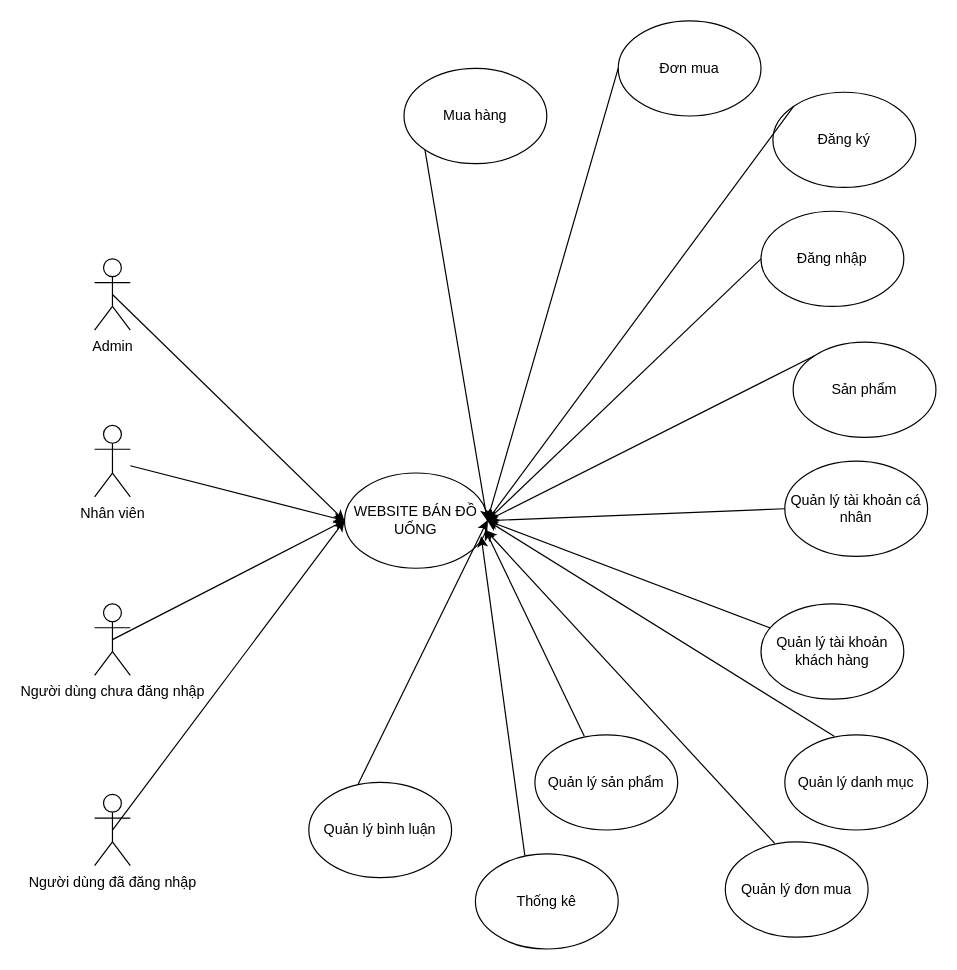
The draw.io diagram page "Trang-1" (1 of 2) of Biểu đồ không có tiêu đề.drawio in minhtthph42743/duan1, before the edit. Source tidied: cells renumbered, new cells numbered last; positions are measured from the earlier drawing's top-left corner, leaving out a move shared by most shapes. Both pictures are drawn from the tidied source at 119%, with x=0, y=0 at pixel (94, 20).
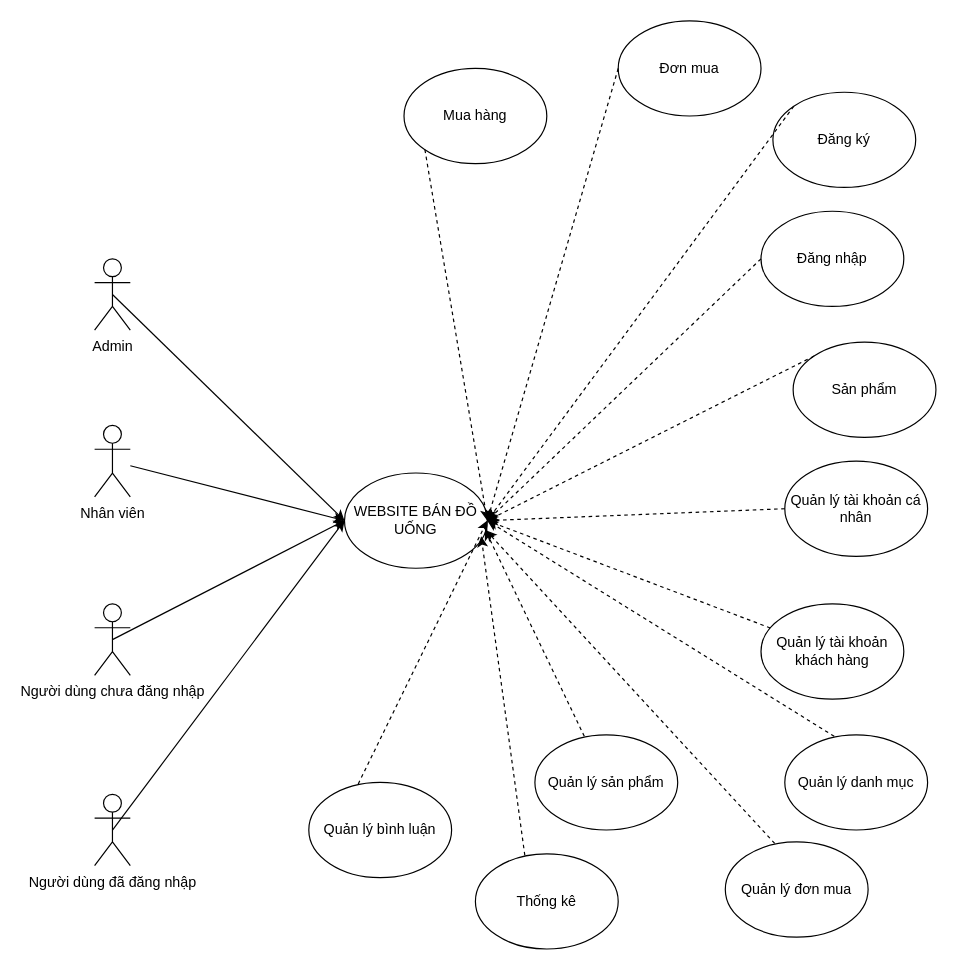
The same page after the edit.

Commit message:
Cập nhật Biểu đồ không có tiêu đề.drawio

Unchanged cells that the change refers to:
```xml
<mxCell id="6" value="WEBSITE BÁN ĐỒ UỐNG" style="ellipse;whiteSpace=wrap;html=1;" parent="1" vertex="1">
  <mxGeometry x="210" y="380" width="120" height="80" as="geometry" />
</mxCell>
<mxCell id="11" value="Sản phẩm" style="ellipse;whiteSpace=wrap;html=1;" parent="1" vertex="1">
  <mxGeometry x="587" y="270" width="120" height="80" as="geometry" />
</mxCell>
<mxCell id="12" value="Đăng ký" style="ellipse;whiteSpace=wrap;html=1;" parent="1" vertex="1">
  <mxGeometry x="570" y="60" width="120" height="80" as="geometry" />
</mxCell>
<mxCell id="13" value="Đơn mua" style="ellipse;whiteSpace=wrap;html=1;" parent="1" vertex="1">
  <mxGeometry x="440" width="120" height="80" as="geometry" />
</mxCell>
<mxCell id="14" value="Quản lý tài khoản cá nhân" style="ellipse;whiteSpace=wrap;html=1;" parent="1" vertex="1">
  <mxGeometry x="580" y="370" width="120" height="80" as="geometry" />
</mxCell>
<mxCell id="15" value="Mua hàng" style="ellipse;whiteSpace=wrap;html=1;" parent="1" vertex="1">
  <mxGeometry x="260" y="40" width="120" height="80" as="geometry" />
</mxCell>
<mxCell id="21" value="Quản lý tài khoản khách hàng" style="ellipse;whiteSpace=wrap;html=1;" parent="1" vertex="1">
  <mxGeometry x="560" y="490" width="120" height="80" as="geometry" />
</mxCell>
<mxCell id="22" value="Đăng nhập" style="ellipse;whiteSpace=wrap;html=1;" parent="1" vertex="1">
  <mxGeometry x="560" y="160" width="120" height="80" as="geometry" />
</mxCell>
<mxCell id="25" value="Quản lý danh mục" style="ellipse;whiteSpace=wrap;html=1;" parent="1" vertex="1">
  <mxGeometry x="580" y="600" width="120" height="80" as="geometry" />
</mxCell>
<mxCell id="27" value="Quản lý sản phẩm" style="ellipse;whiteSpace=wrap;html=1;" parent="1" vertex="1">
  <mxGeometry x="370" y="600" width="120" height="80" as="geometry" />
</mxCell>
<mxCell id="29" value="Quản lý đơn mua" style="ellipse;whiteSpace=wrap;html=1;" parent="1" vertex="1">
  <mxGeometry x="530" y="690" width="120" height="80" as="geometry" />
</mxCell>
<mxCell id="31" value="Thống kê" style="ellipse;whiteSpace=wrap;html=1;" parent="1" vertex="1">
  <mxGeometry x="320" y="700" width="120" height="80" as="geometry" />
</mxCell>
<mxCell id="33" value="Quản lý bình luận" style="ellipse;whiteSpace=wrap;html=1;" parent="1" vertex="1">
  <mxGeometry x="180" y="640" width="120" height="80" as="geometry" />
</mxCell>
```

What changed in the source:
```diff
@@
-    <mxCell id="16" style="endArrow=classic;html=1;rounded=0;entryX=1;entryY=0.5;entryDx=0;entryDy=0;exitX=0;exitY=1;exitDx=0;exitDy=0;" parent="1" edge="1" source="15" target="6">
+    <mxCell id="16" style="endArrow=classic;html=1;rounded=0;entryX=1;entryY=0.5;entryDx=0;entryDy=0;exitX=0;exitY=1;exitDx=0;exitDy=0;dashed=1;" parent="1" edge="1" source="15" target="6">
       <mxGeometry relative="1" as="geometry" />
     </mxCell>
-    <mxCell id="17" style="endArrow=classic;html=1;rounded=0;entryX=1;entryY=0.5;entryDx=0;entryDy=0;exitX=0;exitY=0.5;exitDx=0;exitDy=0;" parent="1" edge="1" source="14" target="6">
+    <mxCell id="17" style="endArrow=classic;html=1;rounded=0;entryX=1;entryY=0.5;entryDx=0;entryDy=0;exitX=0;exitY=0.5;exitDx=0;exitDy=0;dashed=1;" parent="1" edge="1" source="14" target="6">
       <mxGeometry relative="1" as="geometry" />
     </mxCell>
-    <mxCell id="18" style="endArrow=classic;html=1;rounded=0;entryX=1;entryY=0.5;entryDx=0;entryDy=0;exitX=0;exitY=0.5;exitDx=0;exitDy=0;" parent="1" edge="1" source="13" target="6">
+    <mxCell id="18" style="endArrow=classic;html=1;rounded=0;entryX=1;entryY=0.5;entryDx=0;entryDy=0;exitX=0;exitY=0.5;exitDx=0;exitDy=0;dashed=1;" parent="1" edge="1" source="13" target="6">
       <mxGeometry relative="1" as="geometry" />
     </mxCell>
-    <mxCell id="19" style="endArrow=classic;html=1;rounded=0;exitX=0;exitY=0;exitDx=0;exitDy=0;" parent="1" edge="1" source="12">
+    <mxCell id="19" style="endArrow=classic;html=1;rounded=0;exitX=0;exitY=0;exitDx=0;exitDy=0;dashed=1;" parent="1" edge="1" source="12">
       <mxGeometry relative="1" as="geometry">
         <mxPoint x="330" y="420" as="targetPoint" />
       </mxGeometry>
     </mxCell>
-    <mxCell id="20" style="endArrow=classic;html=1;rounded=0;entryX=1;entryY=0.5;entryDx=0;entryDy=0;exitX=0;exitY=0;exitDx=0;exitDy=0;" parent="1" edge="1" source="11" target="6">
+    <mxCell id="20" style="endArrow=classic;html=1;rounded=0;entryX=1;entryY=0.5;entryDx=0;entryDy=0;exitX=0;exitY=0;exitDx=0;exitDy=0;dashed=1;" parent="1" edge="1" source="11" target="6">
       <mxGeometry relative="1" as="geometry" />
     </mxCell>
@@
-    <mxCell id="23" style="endArrow=classic;html=1;rounded=0;exitX=0;exitY=0.5;exitDx=0;exitDy=0;entryX=1;entryY=0.5;entryDx=0;entryDy=0;" parent="1" edge="1" source="22" target="6">
+    <mxCell id="23" style="endArrow=classic;html=1;rounded=0;exitX=0;exitY=0.5;exitDx=0;exitDy=0;entryX=1;entryY=0.5;entryDx=0;entryDy=0;dashed=1;" parent="1" edge="1" source="22" target="6">
       <mxGeometry relative="1" as="geometry" />
     </mxCell>
-    <mxCell id="24" style="endArrow=classic;html=1;rounded=0;entryX=1;entryY=0.5;entryDx=0;entryDy=0;" parent="1" edge="1" source="21" target="6">
+    <mxCell id="24" style="endArrow=classic;html=1;rounded=0;entryX=1;entryY=0.5;entryDx=0;entryDy=0;dashed=1;" parent="1" edge="1" source="21" target="6">
       <mxGeometry relative="1" as="geometry" />
     </mxCell>
@@
-    <mxCell id="26" style="endArrow=classic;html=1;rounded=0;exitX=0.346;exitY=0.016;exitDx=0;exitDy=0;exitPerimeter=0;entryX=1;entryY=0.5;entryDx=0;entryDy=0;" parent="1" edge="1" source="25" target="6">
+    <mxCell id="26" style="endArrow=classic;html=1;rounded=0;exitX=0.346;exitY=0.016;exitDx=0;exitDy=0;exitPerimeter=0;entryX=1;entryY=0.5;entryDx=0;entryDy=0;dashed=1;" parent="1" edge="1" source="25" target="6">
       <mxGeometry relative="1" as="geometry" />
     </mxCell>
@@
-    <mxCell id="28" style="endArrow=classic;html=1;rounded=0;exitX=0.346;exitY=0.016;exitDx=0;exitDy=0;exitPerimeter=0;entryX=0.984;entryY=0.592;entryDx=0;entryDy=0;entryPerimeter=0;" parent="1" edge="1" source="27" target="6">
+    <mxCell id="28" style="endArrow=classic;html=1;rounded=0;exitX=0.346;exitY=0.016;exitDx=0;exitDy=0;exitPerimeter=0;entryX=0.984;entryY=0.592;entryDx=0;entryDy=0;entryPerimeter=0;dashed=1;" parent="1" edge="1" source="27" target="6">
       <mxGeometry relative="1" as="geometry" />
     </mxCell>
@@
-    <mxCell id="30" style="endArrow=classic;html=1;rounded=0;exitX=0.346;exitY=0.016;exitDx=0;exitDy=0;exitPerimeter=0;entryX=0.991;entryY=0.603;entryDx=0;entryDy=0;entryPerimeter=0;" parent="1" edge="1" source="29" target="6">
+    <mxCell id="30" style="endArrow=classic;html=1;rounded=0;exitX=0.346;exitY=0.016;exitDx=0;exitDy=0;exitPerimeter=0;entryX=0.991;entryY=0.603;entryDx=0;entryDy=0;entryPerimeter=0;dashed=1;" parent="1" edge="1" source="29" target="6">
       <mxGeometry relative="1" as="geometry" />
     </mxCell>
@@
-    <mxCell id="32" style="endArrow=classic;html=1;rounded=0;exitX=0.346;exitY=0.016;exitDx=0;exitDy=0;exitPerimeter=0;entryX=0.957;entryY=0.665;entryDx=0;entryDy=0;entryPerimeter=0;" parent="1" edge="1" source="31" target="6">
+    <mxCell id="32" style="endArrow=classic;html=1;rounded=0;exitX=0.346;exitY=0.016;exitDx=0;exitDy=0;exitPerimeter=0;entryX=0.957;entryY=0.665;entryDx=0;entryDy=0;entryPerimeter=0;dashed=1;" parent="1" edge="1" source="31" target="6">
       <mxGeometry relative="1" as="geometry" />
     </mxCell>
@@
-    <mxCell id="34" style="endArrow=classic;html=1;rounded=0;exitX=0.346;exitY=0.016;exitDx=0;exitDy=0;exitPerimeter=0;entryX=1;entryY=0.5;entryDx=0;entryDy=0;" parent="1" edge="1" source="33" target="6">
+    <mxCell id="34" style="endArrow=classic;html=1;rounded=0;exitX=0.346;exitY=0.016;exitDx=0;exitDy=0;exitPerimeter=0;entryX=1;entryY=0.5;entryDx=0;entryDy=0;dashed=1;" parent="1" edge="1" source="33" target="6">
       <mxGeometry relative="1" as="geometry" />
     </mxCell>
```
